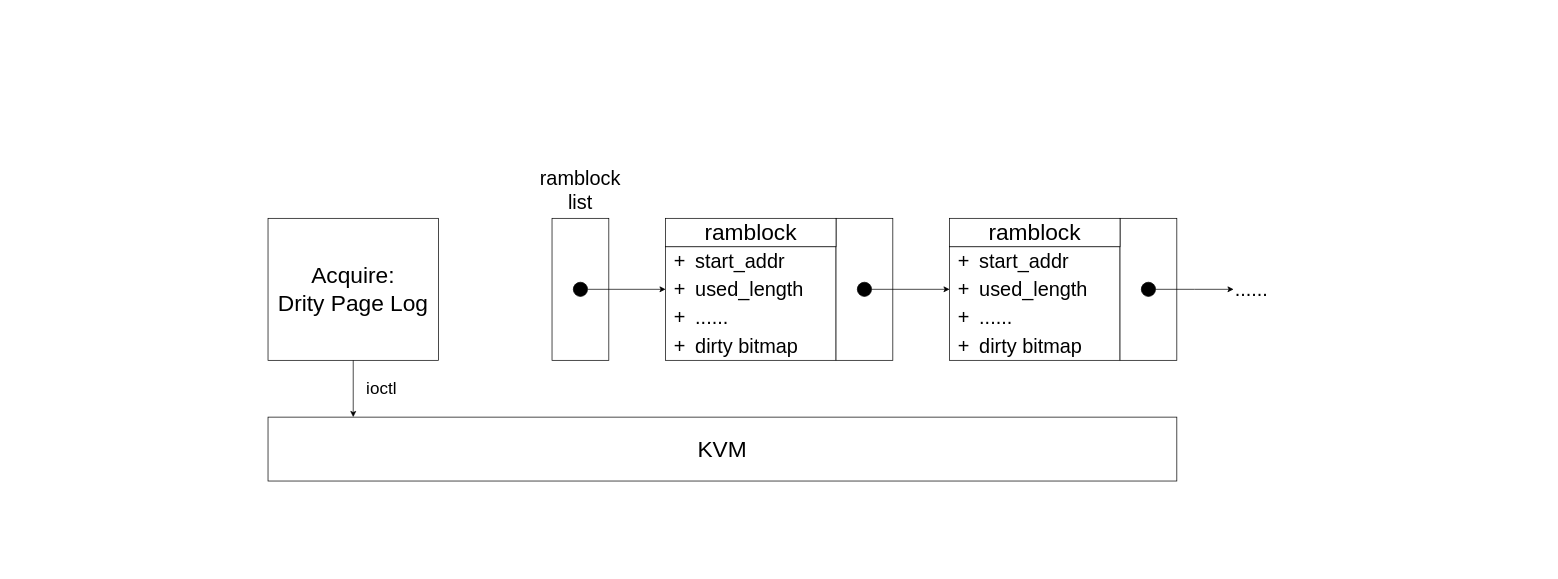
This is mid-report/motivation.bitmap.drawio from xuyizhe1999/drawio, a draw.io file, before an edit. Source tidied: cells renumbered, new cells numbered last; positions are measured from the earlier drawing's top-left corner, leaving out a move shared by most shapes. Both pictures are drawn from the tidied source at 71%, with x=0, y=0 at pixel (268, 161).
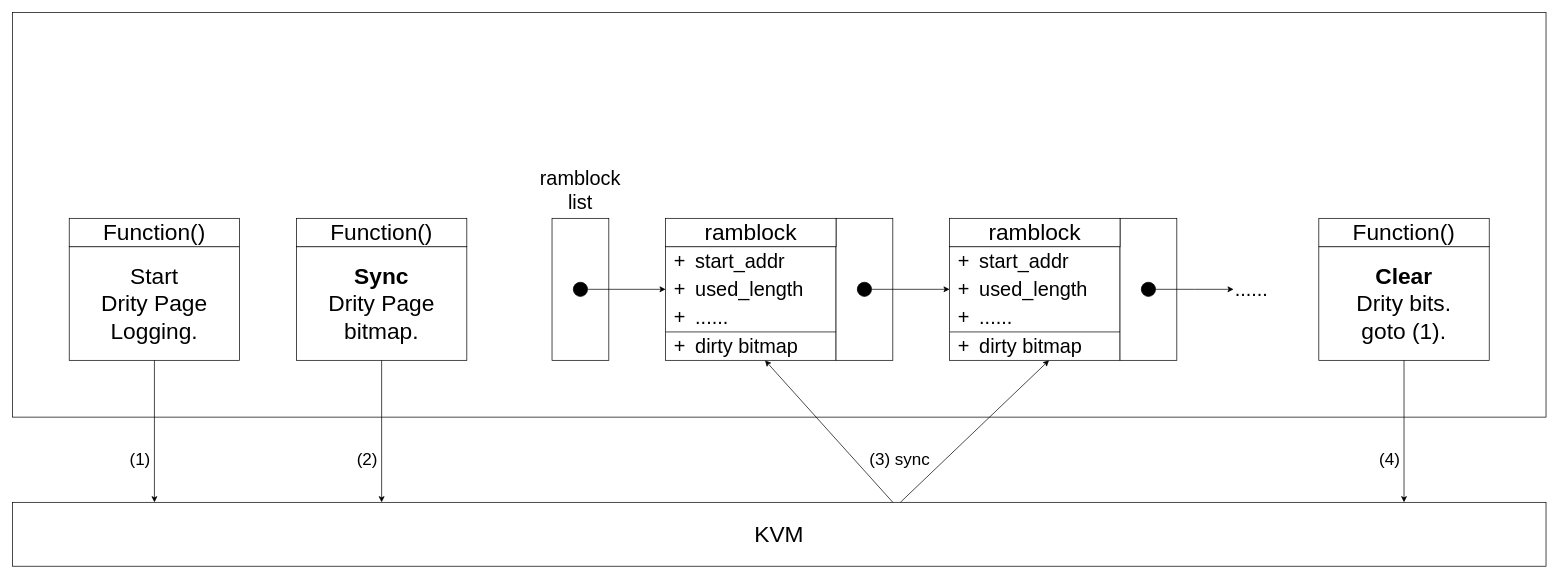
The same diagram, later.

Commit message (it also covers changes not shown here):
更新mid-report/motivation.bitmap.drawio

The change refers to these unchanged cells:
```xml
<mxCell id="5" value="&lt;span style=&quot;background-color: initial;&quot;&gt;&lt;font style=&quot;font-size: 28px;&quot;&gt;dirty bitmap&lt;/font&gt;&lt;/span&gt;" style="text;html=1;strokeColor=none;fillColor=none;align=left;verticalAlign=middle;whiteSpace=wrap;rounded=0;" parent="1" vertex="1">
  <mxGeometry x="600" y="240" width="200" height="40" as="geometry" />
</mxCell>
<mxCell id="11" value="&lt;span style=&quot;background-color: initial;&quot;&gt;&lt;font style=&quot;font-size: 28px;&quot;&gt;......&lt;/font&gt;&lt;/span&gt;" style="text;html=1;strokeColor=none;fillColor=none;align=left;verticalAlign=middle;whiteSpace=wrap;rounded=0;" parent="1" vertex="1">
  <mxGeometry x="600" y="200" width="200" height="40" as="geometry" />
</mxCell>
<mxCell id="16" value="&lt;span style=&quot;background-color: initial;&quot;&gt;&lt;font style=&quot;font-size: 28px;&quot;&gt;dirty bitmap&lt;/font&gt;&lt;/span&gt;" style="text;html=1;strokeColor=none;fillColor=none;align=left;verticalAlign=middle;whiteSpace=wrap;rounded=0;" parent="1" vertex="1">
  <mxGeometry x="1000" y="240" width="200" height="40" as="geometry" />
</mxCell>
<mxCell id="22" value="&lt;span style=&quot;background-color: initial;&quot;&gt;&lt;font style=&quot;font-size: 28px;&quot;&gt;......&lt;/font&gt;&lt;/span&gt;" style="text;html=1;strokeColor=none;fillColor=none;align=left;verticalAlign=middle;whiteSpace=wrap;rounded=0;" parent="1" vertex="1">
  <mxGeometry x="1000" y="200" width="200" height="40" as="geometry" />
</mxCell>
```

Diff of the diagram source:
```diff
@@
+    <mxCell id="37" style="rounded=0;whiteSpace=wrap;html=1;" parent="1" vertex="1">
+      <mxGeometry x="-360" y="-210" width="2160" height="570" as="geometry" />
+    </mxCell>
@@
-    <mxCell id="33" value="&lt;font style=&quot;font-size: 32px;&quot;&gt;Acquire:&lt;br&gt;Drity Page Log&lt;br&gt;&lt;/font&gt;" style="rounded=0;whiteSpace=wrap;html=1;" parent="1" vertex="1">
-      <mxGeometry y="80" width="240" height="200" as="geometry" />
+    <mxCell id="33" value="&lt;font style=&quot;font-size: 32px;&quot;&gt;&lt;b&gt;Sync&lt;/b&gt;&lt;br&gt;Drity Page&lt;br&gt;bitmap.&lt;br&gt;&lt;/font&gt;" style="rounded=0;whiteSpace=wrap;html=1;" parent="1" vertex="1">
+      <mxGeometry x="40" y="120" width="240" height="160" as="geometry" />
     </mxCell>
     <mxCell id="34" value="&lt;font style=&quot;font-size: 32px;&quot;&gt;KVM&lt;/font&gt;" style="rounded=0;whiteSpace=wrap;html=1;" parent="1" vertex="1">
-      <mxGeometry y="360" width="1280" height="90" as="geometry" />
+      <mxGeometry x="-360" y="480" width="2160" height="90" as="geometry" />
     </mxCell>
     <mxCell id="35" style="endArrow=classic;html=1;rounded=0;" parent="1" edge="1">
       <mxGeometry relative="1" as="geometry">
-        <mxPoint x="120" y="280" as="sourcePoint" />
-        <mxPoint x="120" y="360" as="targetPoint" />
+        <mxPoint x="160" y="280" as="sourcePoint" />
+        <mxPoint x="160" y="480" as="targetPoint" />
       </mxGeometry>
     </mxCell>
-    <mxCell id="36" value="&lt;font style=&quot;font-size: 24px;&quot;&gt;ioctl&lt;/font&gt;" style="text;html=1;strokeColor=none;fillColor=none;align=center;verticalAlign=middle;whiteSpace=wrap;rounded=0;" parent="1" vertex="1">
-      <mxGeometry x="120" y="300" width="80" height="40" as="geometry" />
+    <mxCell id="36" value="&lt;font style=&quot;font-size: 24px;&quot;&gt;(2)&lt;/font&gt;" style="text;html=1;strokeColor=none;fillColor=none;align=center;verticalAlign=middle;whiteSpace=wrap;rounded=0;" parent="1" vertex="1">
+      <mxGeometry x="120" y="400" width="40" height="40" as="geometry" />
     </mxCell>
+    <mxCell id="38" value="&lt;font style=&quot;font-size: 32px;&quot;&gt;Start&lt;br&gt;Drity Page&lt;br&gt;Logging.&lt;br&gt;&lt;/font&gt;" style="rounded=0;whiteSpace=wrap;html=1;" parent="1" vertex="1">
+      <mxGeometry x="-280" y="120" width="240" height="160" as="geometry" />
+    </mxCell>
+    <mxCell id="39" style="endArrow=classic;html=1;rounded=0;" parent="1" edge="1">
+      <mxGeometry relative="1" as="geometry">
+        <mxPoint x="-160" y="280" as="sourcePoint" />
+        <mxPoint x="-160" y="480" as="targetPoint" />
+      </mxGeometry>
+    </mxCell>
+    <mxCell id="40" value="&lt;font style=&quot;font-size: 24px;&quot;&gt;(1)&lt;/font&gt;" style="text;html=1;strokeColor=none;fillColor=none;align=center;verticalAlign=middle;whiteSpace=wrap;rounded=0;" parent="1" vertex="1">
+      <mxGeometry x="-200" y="400" width="40" height="40" as="geometry" />
+    </mxCell>
+    <mxCell id="41" value="&lt;font style=&quot;font-size: 32px;&quot;&gt;&lt;b&gt;Clear&lt;/b&gt;&lt;br&gt;Drity bits.&lt;br&gt;goto (1).&lt;br&gt;&lt;/font&gt;" style="rounded=0;whiteSpace=wrap;html=1;" parent="1" vertex="1">
+      <mxGeometry x="1480" y="120" width="240" height="160" as="geometry" />
+    </mxCell>
+    <mxCell id="42" style="endArrow=classic;html=1;rounded=0;" parent="1" edge="1">
+      <mxGeometry relative="1" as="geometry">
+        <mxPoint x="1600" y="280" as="sourcePoint" />
+        <mxPoint x="1600" y="480" as="targetPoint" />
+      </mxGeometry>
+    </mxCell>
+    <mxCell id="43" value="&lt;font style=&quot;font-size: 24px;&quot;&gt;(4)&lt;/font&gt;" style="text;html=1;strokeColor=none;fillColor=none;align=center;verticalAlign=middle;whiteSpace=wrap;rounded=0;" parent="1" vertex="1">
+      <mxGeometry x="1560" y="400" width="40" height="40" as="geometry" />
+    </mxCell>
+    <mxCell id="44" style="endArrow=classic;html=1;rounded=0;entryX=0.5;entryY=1;entryDx=0;entryDy=0;" parent="1" edge="1" target="5">
+      <mxGeometry relative="1" as="geometry">
+        <mxPoint x="880" y="480" as="sourcePoint" />
+      </mxGeometry>
+    </mxCell>
+    <mxCell id="45" style="endArrow=classic;html=1;rounded=0;entryX=0.5;entryY=1;entryDx=0;entryDy=0;exitX=0.579;exitY=0;exitDx=0;exitDy=0;exitPerimeter=0;" parent="1" edge="1" source="34" target="16">
+      <mxGeometry relative="1" as="geometry" />
+    </mxCell>
+    <mxCell id="46" value="&lt;font style=&quot;font-size: 24px;&quot;&gt;(3) sync&lt;/font&gt;" style="text;html=1;strokeColor=none;fillColor=none;align=center;verticalAlign=middle;whiteSpace=wrap;rounded=0;" parent="1" vertex="1">
+      <mxGeometry x="840" y="400" width="100" height="40" as="geometry" />
+    </mxCell>
+    <mxCell id="47" style="endArrow=none;html=1;rounded=0;entryX=1;entryY=1;entryDx=0;entryDy=0;" parent="1" edge="1" target="11">
+      <mxGeometry relative="1" as="geometry">
+        <mxPoint x="560" y="240" as="sourcePoint" />
+      </mxGeometry>
+    </mxCell>
+    <mxCell id="48" style="endArrow=none;html=1;rounded=0;entryX=1;entryY=1;entryDx=0;entryDy=0;" parent="1" edge="1" target="22">
+      <mxGeometry relative="1" as="geometry">
+        <mxPoint x="960" y="240" as="sourcePoint" />
+      </mxGeometry>
+    </mxCell>
+    <mxCell id="49" value="&lt;font style=&quot;font-size: 32px;&quot;&gt;Function()&lt;/font&gt;" style="rounded=0;whiteSpace=wrap;html=1;" parent="1" vertex="1">
+      <mxGeometry x="-280" y="80" width="240" height="40" as="geometry" />
+    </mxCell>
+    <mxCell id="50" value="&lt;font style=&quot;font-size: 32px;&quot;&gt;Function()&lt;/font&gt;" style="rounded=0;whiteSpace=wrap;html=1;" parent="1" vertex="1">
+      <mxGeometry x="40" y="80" width="240" height="40" as="geometry" />
+    </mxCell>
+    <mxCell id="51" value="&lt;font style=&quot;font-size: 32px;&quot;&gt;Function()&lt;/font&gt;" style="rounded=0;whiteSpace=wrap;html=1;" parent="1" vertex="1">
+      <mxGeometry x="1480" y="80" width="240" height="40" as="geometry" />
+    </mxCell>
```
